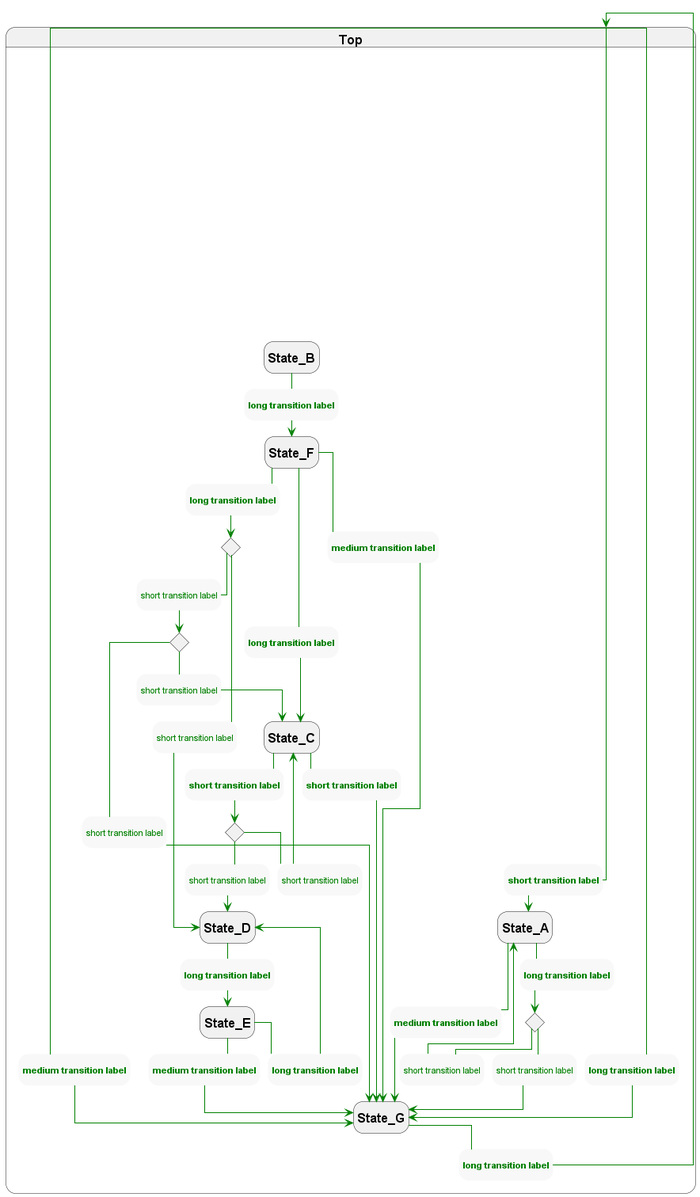
This is sample_output/demo_improved.png from davmf/plantuml-utilities, a PlantUML export, as it was before one commit. Source of this version:
```plantuml
@startuml demo_improved

!include local_state_machine_routines.iuml

$super_state("Top") {
    $entry_point("Top_entry")
    $state("State_A")
    $state("State_B")
    $state("State_C")
    $state("State_D")
    $state("State_E")
    $state("State_F")
    $state("State_G")

    $transition("State_F", $event("long transition label"), "State_C")
    $transition("State_F", $event("medium transition label"), "State_G")
    $transition("State_G", $event("long transition label"), "Top_entry")
    $transition("State_D", $event("long transition label"), "State_E")
    $transition("State_E", $event("long transition label"), "State_D")
    $transition("State_E", $event("medium transition label"), "State_G")
    $transition("State_C", $event("short transition label"), "State_G")
    $transition("State_B", $event("long transition label"), "State_F")
    $transition("Top_entry", $event("long transition label"), "State_G")
    $transition("Top_entry", $event("short transition label"), "State_A")
    $transition("Top_entry", $event("medium transition label"), "State_G")
    $transition("State_A", $event("medium transition label"), "State_G")
    $transitions_1_choice("State_C", $event("short transition label"), "State_C", "State_D", $t2="short transition label", $t3="short transition label")
    $transitions_1_choice("State_A", $event("long transition label"), "State_A", "State_G", $t2="short transition label", $t3="short transition label")
    $transitions_2_choices("State_F", $event("long transition label"), "State_D", "State_C", "State_G", $t2="short transition label", $t3="short transition label", $t4="short transition label", $t5="short transition label")
}

@enduml
```
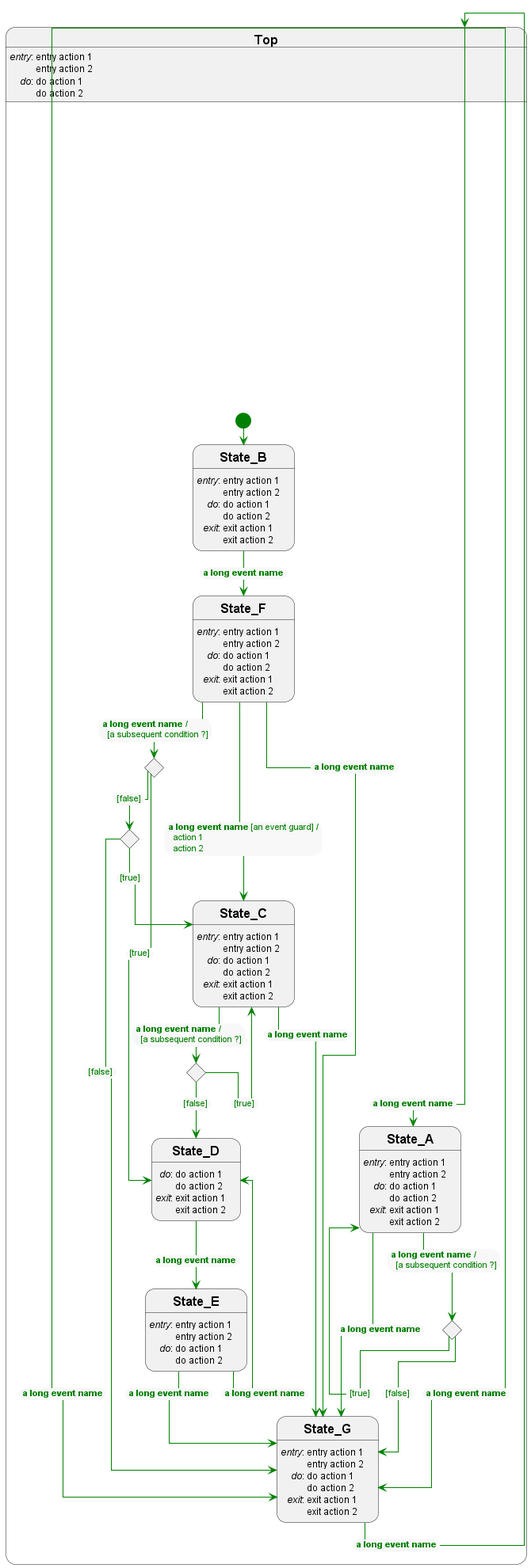
After the commit.

Commit message:
Further transition improvements

Change to the diagram source:
```diff
@@ -1,32 +1,34 @@
 @startuml demo_improved
 
-!include local_state_machine_routines.iuml
+!include https://raw.githubusercontent.com/davmf/plantuml-utilities/develop/state_machine_routines.iuml
 
 $super_state("Top") {
     $entry_point("Top_entry")
-    $state("State_A")
-    $state("State_B")
-    $state("State_C")
-    $state("State_D")
-    $state("State_E")
-    $state("State_F")
-    $state("State_G")
+    $state("State_A", $entry="entry action 1<br>entry action 2", $do="do action 1<br>do action 2", $exit="exit action 1<br>exit action 2", $tags="s0")
+    $state("State_B", $entry="entry action 1<br>entry action 2", $do="do action 1<br>do action 2", $exit="exit action 1<br>exit action 2")
+    $state("State_C", $entry="entry action 1<br>entry action 2", $do="do action 1<br>do action 2", $exit="exit action 1<br>exit action 2", $tags="s2")
+    $state("State_D", $do="do action 1<br>do action 2", $exit="exit action 1<br>exit action 2", $tags="s2 s3")
+    $state("State_E", $entry="entry action 1<br>entry action 2", $do="do action 1<br>do action 2", $tags="s2 s3")
+    $state("State_F", $entry="entry action 1<br>entry action 2", $do="do action 1<br>do action 2", $exit="exit action 1<br>exit action 2")
+    $state("State_G", $entry="entry action 1<br>entry action 2", $do="do action 1<br>do action 2", $exit="exit action 1<br>exit action 2")
 
-    $transition("State_F", $event("long transition label"), "State_C")
-    $transition("State_F", $event("medium transition label"), "State_G")
-    $transition("State_G", $event("long transition label"), "Top_entry")
-    $transition("State_D", $event("long transition label"), "State_E")
-    $transition("State_E", $event("long transition label"), "State_D")
-    $transition("State_E", $event("medium transition label"), "State_G")
-    $transition("State_C", $event("short transition label"), "State_G")
-    $transition("State_B", $event("long transition label"), "State_F")
-    $transition("Top_entry", $event("long transition label"), "State_G")
-    $transition("Top_entry", $event("short transition label"), "State_A")
-    $transition("Top_entry", $event("medium transition label"), "State_G")
-    $transition("State_A", $event("medium transition label"), "State_G")
-    $transitions_1_choice("State_C", $event("short transition label"), "State_C", "State_D", $t2="short transition label", $t3="short transition label")
-    $transitions_1_choice("State_A", $event("long transition label"), "State_A", "State_G", $t2="short transition label", $t3="short transition label")
-    $transitions_2_choices("State_F", $event("long transition label"), "State_D", "State_C", "State_G", $t2="short transition label", $t3="short transition label", $t4="short transition label", $t5="short transition label")
+    $transition("[*]", "", "State_B", $tags="")
+    $transition("State_F", $event("a long event name")+" [an event guard]"+$action("action 1")+$action1("action 2"), "State_C", $tags="s2")
+    $transition("State_F", $event("a long event name"), "State_G", $tags="s1")
+    $transition("State_G", $event("a long event name"), "Top_entry", $tags="")
+    $transition("State_D", $event("a long event name"), "State_E", $tags="s2 s3")
+    $transition("State_E", $event("a long event name"), "State_D", $tags="s3")
+    $transition("State_E", $event("a long event name"), "State_G", $tags="s2 s3")
+    $transition("State_C", $event("a long event name"), "State_G", $tags="s0")
+    $transition("State_B", $event("a long event name"), "State_F", $tags="")
+    $transition("Top_entry", $event("a long event name"), "State_G", $tags="s0")
+    $transition("Top_entry", $event("a long event name"), "State_A", $tags="s0")
+    $transition("Top_entry", $event("a long event name"), "State_G", $tags="s0")
+    $transition("State_A", $event("a long event name"), "State_G", $tags="s0")
+    $transitions_1_choice("State_C", $event("a long event name")+$action($guard("a subsequent condition")), "State_C", "State_D", $t2=$true(), $t3=$false(), $tags1="s2", $tags2="s0", $tags3="s2")
+    $transitions_1_choice("State_A", $event("a long event name")+$action($guard("a subsequent condition")), "State_A", "State_G", $t2=$true(), $t3=$false(), $tags1="s0", $tags2="s0", $tags3="s0")
+    $transitions_2_choices("State_F", $event("a long event name")+$action($guard("a subsequent condition")), "State_D", "State_C", "State_G", $t2=$true(), $t3=$false(), $t4=$true(), $t5=$false(), $tags1="s3", $tags2="s3", $tags3="s0", $tags4="s0", $tags5="s0")
 }
+$super_state_behaviour("Top", $entry="entry action 1<br>entry action 2", $do="do action 1<br>do action 2")
 
 @enduml
```
